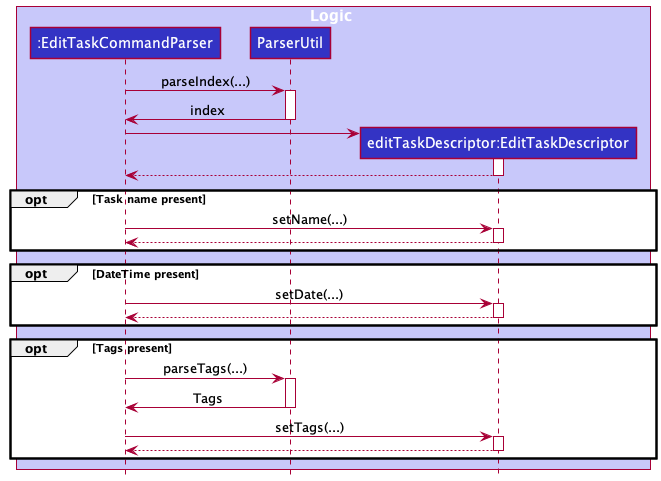
The PlantUML diagram docs/images/EditTaskDiagram/EditTaskSequenceDiagramState1.png in snss231/tp, before a commit.
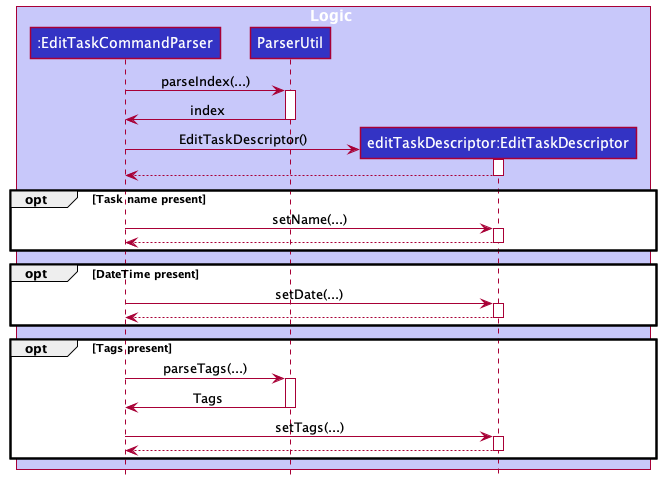
The same diagram one commit later.

Diff of the diagram source:
```diff
@@ -7,9 +7,6 @@
 participant "editTaskDescriptor:EditTaskDescriptor" as EditTaskDescriptor LOGIC_COLOR
 end box
 
-
-
-
 EditTaskCommandParser -> ParserUtil : parseIndex(...)
 activate ParserUtil
 
@@ -17,7 +14,7 @@
 deactivate ParserUtil
 
 create EditTaskDescriptor
-EditTaskCommandParser -> EditTaskDescriptor
+EditTaskCommandParser -> EditTaskDescriptor : EditTaskDescriptor()
 activate EditTaskDescriptor
 
 EditTaskDescriptor --> EditTaskCommandParser
@@ -47,5 +44,4 @@
 EditTaskDescriptor --> EditTaskCommandParser
 deactivate EditTaskDescriptor
 end
-
 @enduml
```
